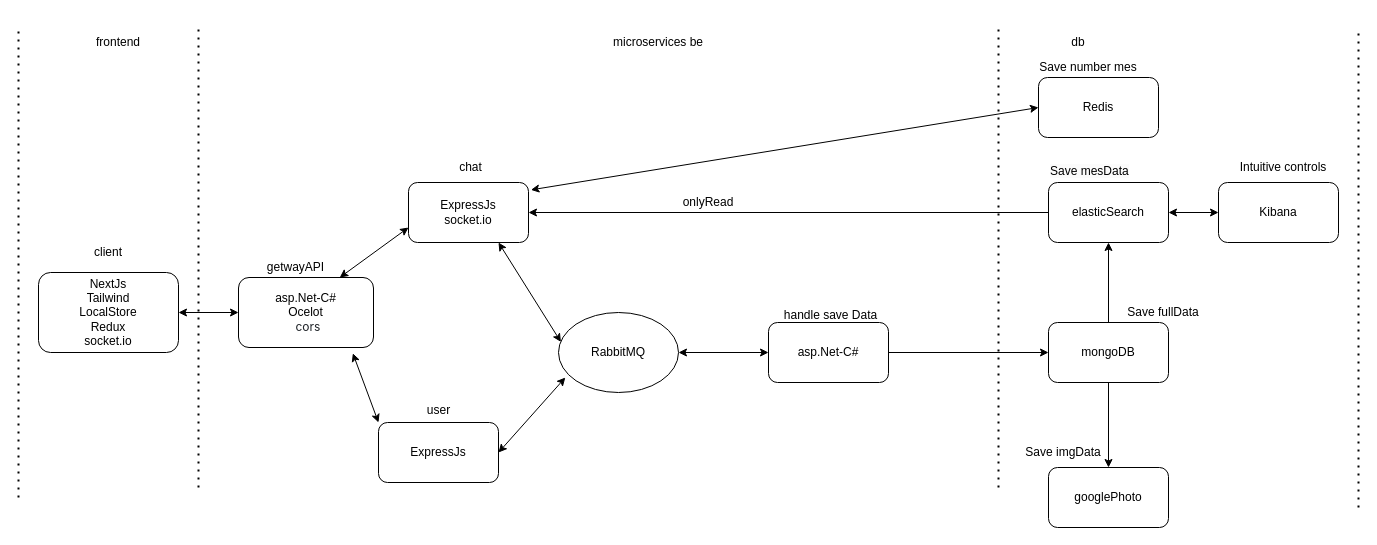
Above: basicAppChat.drawio in HuyNguyen3003/basicAppChat (draw.io), before the change. Source tidied: cells renumbered, new cells numbered last; positions are measured from the earlier drawing's top-left corner, leaving out a move shared by most shapes. Both pictures are drawn from the tidied source at 100%, with x=0, y=0 at pixel (18, 17).
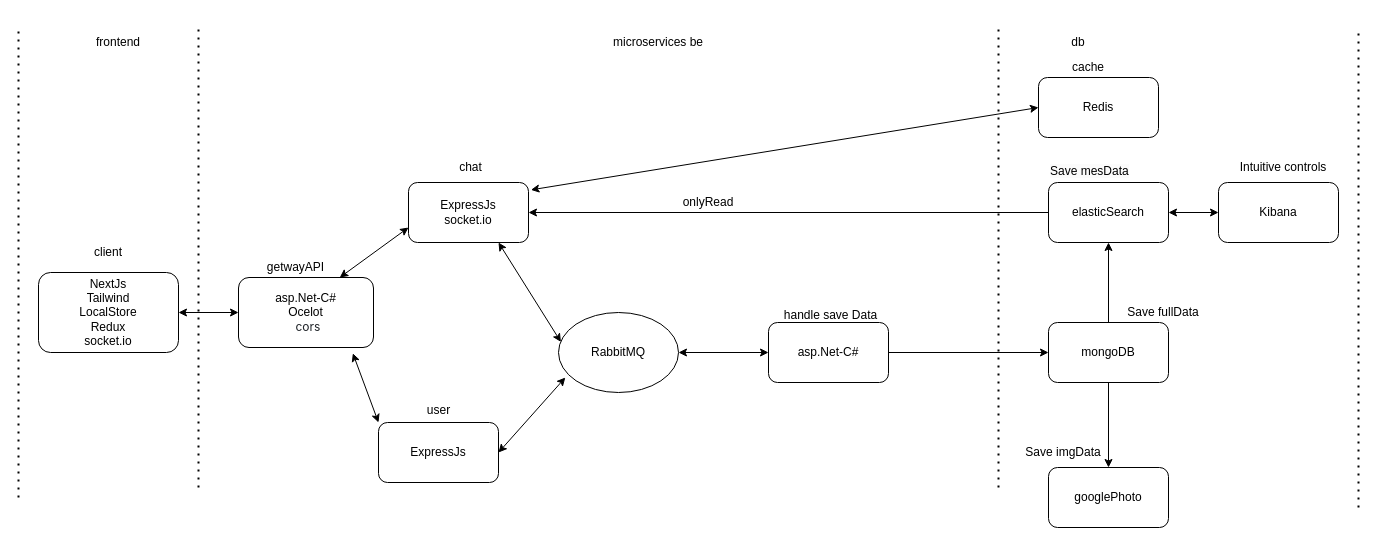
The same page after the edit.

Change to the diagram source:
```diff
@@
-    <mxCell id="23" value="Save number mes" style="text;html=1;strokeColor=none;fillColor=none;align=center;verticalAlign=middle;whiteSpace=wrap;rounded=0;" parent="1" vertex="1">
+    <mxCell id="23" value="cache" style="text;html=1;strokeColor=none;fillColor=none;align=center;verticalAlign=middle;whiteSpace=wrap;rounded=0;" parent="1" vertex="1">
       <mxGeometry x="1020" y="40" width="100" height="20" as="geometry" />
     </mxCell>
```
